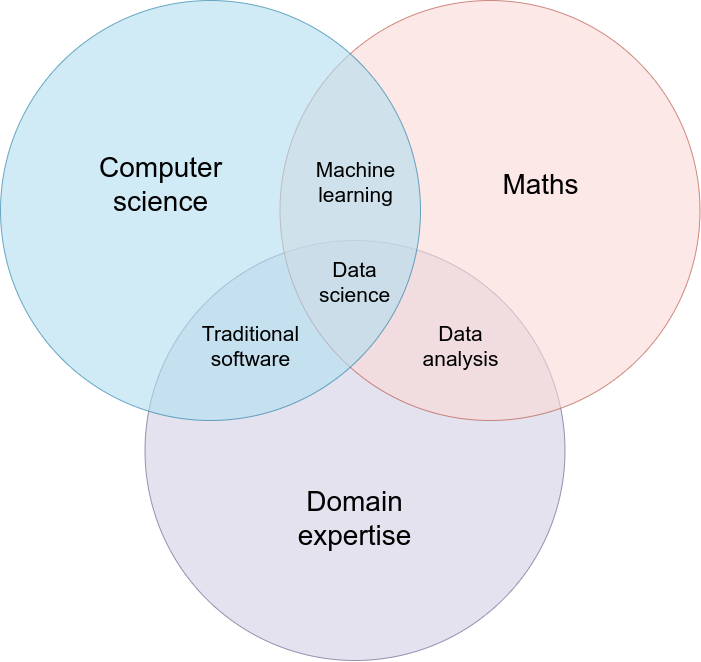
This is diagrams/computer_science_vs_math_vs_domain_expertise.drawio.png from ryndovaira-org/data_science_lectures, a draw.io export, as it was before one commit. Source tidied: cells renumbered, new cells last; positions are measured from the earlier drawing's top-left corner, leaving out a move shared by most shapes.
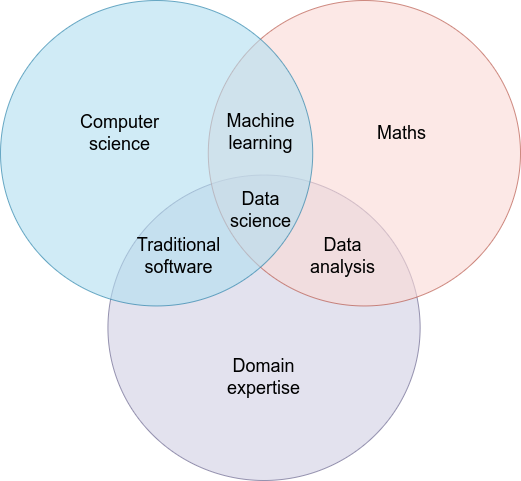
After the change.

What changed in the source:
```diff
@@ -2,35 +2,38 @@
   <root>
     <mxCell id="0" />
     <mxCell id="1" parent="0" />
+    <mxCell id="12" style="group;fontSize=18;" parent="1" vertex="1">
+      <mxGeometry x="-210" y="-40" width="520" height="480" as="geometry" />
+    </mxCell>
-    <mxCell id="2" style="ellipse;fillColor=#d0cee2;opacity=60;strokeColor=#56517e;html=1;fontSize=19;rotation=0;" parent="1" vertex="1">
-      <mxGeometry x="144.5" y="240" width="420" height="420" as="geometry" />
+    <mxCell id="2" style="ellipse;fillColor=#d0cee2;opacity=60;strokeColor=#56517e;html=1;fontSize=18;rotation=0;" parent="12" vertex="1">
+      <mxGeometry x="107.4" y="174.5" width="312.2" height="305.5" as="geometry" />
     </mxCell>
-    <mxCell id="3" style="ellipse;opacity=60;html=1;fontSize=19;fillColor=#fad9d5;strokeColor=#ae4132;rotation=0;" parent="1" vertex="1">
-      <mxGeometry x="279.5" width="420" height="420" as="geometry" />
+    <mxCell id="3" style="ellipse;opacity=60;html=1;fontSize=18;fillColor=#fad9d5;strokeColor=#ae4132;rotation=0;" parent="12" vertex="1">
+      <mxGeometry x="207.8" width="312.2" height="305.5" as="geometry" />
     </mxCell>
-    <mxCell id="4" style="ellipse;fillColor=#b1ddf0;opacity=60;strokeColor=#10739e;html=1;fontSize=19;rotation=0;" parent="1" vertex="1">
-      <mxGeometry width="420" height="420" as="geometry" />
+    <mxCell id="4" style="ellipse;fillColor=#b1ddf0;opacity=60;strokeColor=#10739e;html=1;fontSize=18;rotation=0;" parent="12" vertex="1">
+      <mxGeometry width="312.2" height="305.5" as="geometry" />
     </mxCell>
-    <mxCell id="5" value="&lt;div style=&quot;font-size: 28px;&quot;&gt;Computer&lt;/div&gt;&lt;div style=&quot;font-size: 28px;&quot;&gt;science&lt;/div&gt;" style="text;fontSize=28;align=center;verticalAlign=middle;html=1;fontColor=#000000;" parent="1" vertex="1">
-      <mxGeometry x="100" y="143.5" width="120" height="80" as="geometry" />
+    <mxCell id="5" value="&lt;div style=&quot;font-size: 18px;&quot;&gt;Computer&lt;/div&gt;&lt;div style=&quot;font-size: 18px;&quot;&gt;science&lt;/div&gt;" style="text;fontSize=18;align=center;verticalAlign=middle;html=1;fontColor=#000000;" parent="12" vertex="1">
+      <mxGeometry x="74.3" y="104.4" width="89.2" height="58.2" as="geometry" />
     </mxCell>
-    <mxCell id="6" value="Maths" style="text;fontSize=28;align=center;verticalAlign=middle;html=1;fontColor=#000000;" parent="1" vertex="1">
-      <mxGeometry x="480" y="143.5" width="120" height="80" as="geometry" />
+    <mxCell id="6" value="Maths" style="text;fontSize=18;align=center;verticalAlign=middle;html=1;fontColor=#000000;" parent="12" vertex="1">
+      <mxGeometry x="356.8" y="104.4" width="89.2" height="58.2" as="geometry" />
     </mxCell>
-    <mxCell id="7" value="&lt;div style=&quot;font-size: 28px;&quot;&gt;Domain&lt;/div&gt;&lt;div style=&quot;font-size: 28px;&quot;&gt;expertise&lt;/div&gt;" style="text;fontSize=28;align=center;verticalAlign=middle;html=1;fontColor=#000000;" parent="1" vertex="1">
-      <mxGeometry x="294" y="480" width="120" height="76.5" as="geometry" />
+    <mxCell id="7" value="&lt;div style=&quot;font-size: 18px;&quot;&gt;Domain&lt;/div&gt;&lt;div style=&quot;font-size: 18px;&quot;&gt;expertise&lt;/div&gt;" style="text;fontSize=18;align=center;verticalAlign=middle;html=1;fontColor=#000000;" parent="12" vertex="1">
+      <mxGeometry x="218.6" y="349.1" width="89.2" height="55.6" as="geometry" />
     </mxCell>
-    <mxCell id="8" value="Machine &lt;br style=&quot;font-size: 21px;&quot;&gt;learning" style="text;align=center;html=1;fontColor=#000000;fontSize=21;" parent="1" vertex="1">
-      <mxGeometry x="334.5" y="150" width="40" height="40" as="geometry" />
+    <mxCell id="8" value="Machine &lt;br style=&quot;font-size: 18px;&quot;&gt;learning" style="text;align=center;html=1;fontColor=#000000;fontSize=18;" parent="12" vertex="1">
+      <mxGeometry x="245.1" y="104.4" width="29.7" height="29.1" as="geometry" />
     </mxCell>
-    <mxCell id="9" value="Traditional &lt;br style=&quot;font-size: 21px;&quot;&gt;software" style="text;align=center;html=1;fontColor=#000000;fontSize=21;" parent="1" vertex="1">
-      <mxGeometry x="230" y="314" width="40" height="40" as="geometry" />
+    <mxCell id="9" value="Traditional &lt;br style=&quot;font-size: 18px;&quot;&gt;software" style="text;align=center;html=1;fontColor=#000000;fontSize=18;" parent="12" vertex="1">
+      <mxGeometry x="163.5" y="228.4" width="29.7" height="29.1" as="geometry" />
     </mxCell>
-    <mxCell id="10" value="Data &lt;br style=&quot;font-size: 21px;&quot;&gt;analysis" style="text;align=center;html=1;fontColor=#000000;fontSize=21;" parent="1" vertex="1">
-      <mxGeometry x="440" y="314" width="40" height="40" as="geometry" />
+    <mxCell id="10" value="Data &lt;br style=&quot;font-size: 18px;&quot;&gt;analysis" style="text;align=center;html=1;fontColor=#000000;fontSize=18;" parent="12" vertex="1">
+      <mxGeometry x="327.1" y="228.4" width="29.7" height="29.1" as="geometry" />
     </mxCell>
-    <mxCell id="11" value="Data &lt;br style=&quot;font-size: 21px;&quot;&gt;science" style="text;align=center;html=1;fontColor=#000000;fontSize=21;" parent="1" vertex="1">
-      <mxGeometry x="334" y="250" width="40" height="40" as="geometry" />
+    <mxCell id="11" value="Data &lt;br style=&quot;font-size: 18px;&quot;&gt;science" style="text;align=center;html=1;fontColor=#000000;fontSize=18;" parent="12" vertex="1">
+      <mxGeometry x="245.1" y="181.8" width="29.7" height="29.1" as="geometry" />
     </mxCell>
   </root>
 </mxGraphModel>
```
